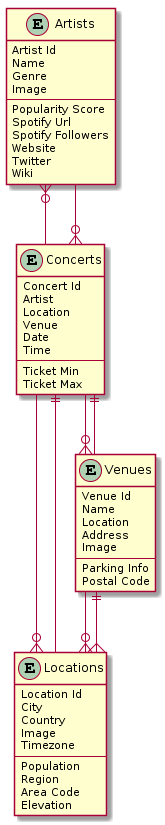
The PlantUML diagram uml-diagram.png in avelaga/band-together, before a commit.
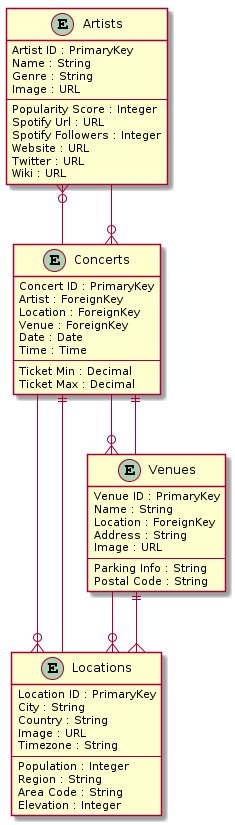
The same file after the commit.

Commit message:
corrected UML diagram

The edit, as a diff of the source:
```diff
@@ -2,53 +2,53 @@
 skinparam linetype ortho
 
 entity Artists {
-    Artist Id
-    Name
-    Genre
-    Image
+    Artist ID : PrimaryKey
+    Name : String
+    Genre : String
+    Image : URL
     --
-    Popularity Score
-    Spotify Url
-    Spotify Followers
-    Website
-    Twitter
-    Wiki
+    Popularity Score : Integer
+    Spotify Url : URL
+    Spotify Followers : Integer
+    Website : URL
+    Twitter : URL
+    Wiki : URL
 }
 
 entity Locations {
-    Location Id
-    City
-    Country
-    Image
-    Timezone
+    Location ID : PrimaryKey
+    City : String
+    Country : String
+    Image : URL
+    Timezone : String
     --
-    Population
-    Region
-    Area Code
-    Elevation
+    Population : Integer
+    Region : String
+    Area Code : String
+    Elevation : Integer
 }
 
 entity Venues {
-   Venue Id
-   Name
-   Location
-   Address
-   Image
+   Venue ID : PrimaryKey
+   Name : String
+   Location : ForeignKey
+   Address : String
+   Image : URL
    --
-   Parking Info
-   Postal Code
+   Parking Info : String
+   Postal Code : String
 }
 
 entity Concerts {
-    Concert Id
-    Artist
-    Location
-    Venue
-    Date
-    Time
+    Concert ID : PrimaryKey
+    Artist : ForeignKey
+    Location : ForeignKey
+    Venue : ForeignKey
+    Date : Date
+    Time : Time
     --
-    Ticket Min
-    Ticket Max
+    Ticket Min : Decimal
+    Ticket Max : Decimal
 }
 
 
```
